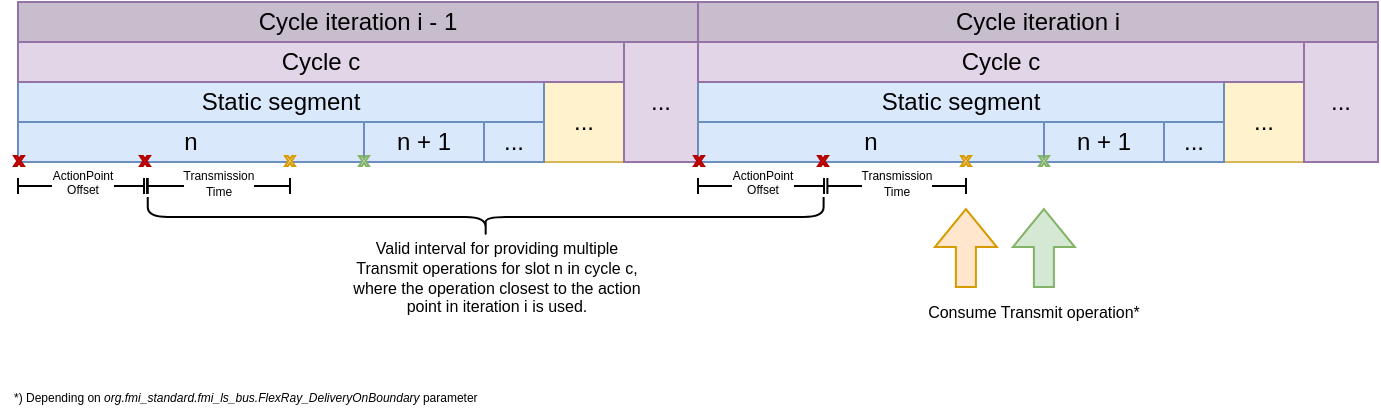
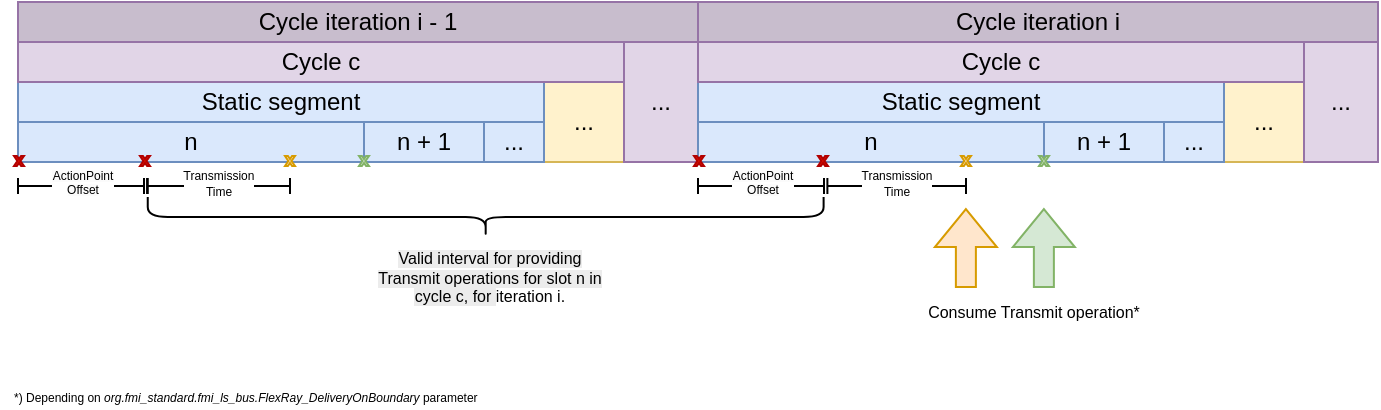
<mxfile host="65bd71144e">
    <diagram name="Page-1" id="FQamRQtbCovPPlWkLl-8">
-         <mxGraphModel dx="1175" dy="371" grid="1" gridSize="10" guides="1" tooltips="1" connect="1" arrows="1" fold="1" page="1" pageScale="1" pageWidth="850" pageHeight="1100" math="0" shadow="0">
+         <mxGraphModel dx="1412" dy="537" grid="1" gridSize="10" guides="1" tooltips="1" connect="1" arrows="1" fold="1" page="1" pageScale="1" pageWidth="850" pageHeight="1100" math="0" shadow="0">
            <root>
                <mxCell id="0"/>
                <mxCell id="1" parent="0"/>
                <mxCell id="39" value="&#xa;&lt;span style=&quot;color: rgb(0, 0, 0); font-family: Helvetica; font-size: 6px; font-style: normal; font-variant-ligatures: normal; font-variant-caps: normal; font-weight: 400; letter-spacing: normal; orphans: 2; text-align: center; text-indent: 0px; text-transform: none; widows: 2; word-spacing: 0px; -webkit-text-stroke-width: 0px; white-space: normal; background-color: rgb(251, 251, 251); text-decoration-thickness: initial; text-decoration-style: initial; text-decoration-color: initial; float: none; display: inline !important;&quot;&gt;ActionPoint Offset&lt;/span&gt;&#xa;&#xa;" style="endArrow=baseDash;startArrow=baseDash;html=1;rounded=0;fontSize=6;spacingTop=4;startFill=0;endFill=0;" parent="1" edge="1">
                    <mxGeometry width="50" height="50" relative="1" as="geometry">
                        <mxPoint x="-426" y="712" as="sourcePoint"/>
                        <mxPoint x="-363" y="712" as="targetPoint"/>
                    </mxGeometry>
                </mxCell>
                <mxCell id="40" value="1" style="rounded=0;whiteSpace=wrap;html=1;fillColor=#dae8fc;strokeColor=#6c8ebf;" parent="1" vertex="1">
                    <mxGeometry x="-336.83" y="680" width="80" height="20" as="geometry"/>
                </mxCell>
                <mxCell id="41" value="n" style="rounded=0;whiteSpace=wrap;html=1;fillColor=#dae8fc;strokeColor=#6c8ebf;" parent="1" vertex="1">
                    <mxGeometry x="-426" y="680" width="173" height="20" as="geometry"/>
                </mxCell>
                <mxCell id="42" value="n + 1" style="rounded=0;whiteSpace=wrap;html=1;fillColor=#dae8fc;strokeColor=#6c8ebf;" parent="1" vertex="1">
                    <mxGeometry x="-253" y="680" width="60" height="20" as="geometry"/>
                </mxCell>
                <mxCell id="43" value="" style="edgeStyle=orthogonalEdgeStyle;rounded=0;orthogonalLoop=1;jettySize=auto;html=1;" parent="1" source="44" edge="1">
                    <mxGeometry relative="1" as="geometry">
                        <mxPoint x="-256" y="640" as="targetPoint"/>
                    </mxGeometry>
                </mxCell>
                <mxCell id="44" value="..." style="rounded=0;whiteSpace=wrap;html=1;fillColor=#fff2cc;strokeColor=#d6b656;spacingLeft=0;" parent="1" vertex="1">
                    <mxGeometry x="-163" y="660" width="40" height="40" as="geometry"/>
                </mxCell>
                <mxCell id="45" value="Transmission&lt;br&gt;Time" style="endArrow=baseDash;startArrow=baseDash;html=1;rounded=0;fontSize=6;spacingTop=-2;startFill=0;endFill=0;exitX=0.5;exitY=1;exitDx=0;exitDy=0;" parent="1" edge="1">
                    <mxGeometry width="50" height="50" relative="1" as="geometry">
                        <mxPoint x="-361.30500000000006" y="712" as="sourcePoint"/>
                        <mxPoint x="-290" y="712" as="targetPoint"/>
                    </mxGeometry>
                </mxCell>
                <mxCell id="46" value="" style="verticalLabelPosition=bottom;verticalAlign=top;html=1;shape=mxgraph.basic.x;fillColor=#ffe6cc;strokeColor=#d79b00;" parent="1" vertex="1">
                    <mxGeometry x="-292.5" y="697" width="5" height="5" as="geometry"/>
                </mxCell>
                <mxCell id="47" value="" style="verticalLabelPosition=bottom;verticalAlign=top;html=1;shape=mxgraph.basic.x;fillColor=#e51400;fontColor=#ffffff;strokeColor=#B20000;" parent="1" vertex="1">
                    <mxGeometry x="-365" y="697" width="5" height="5" as="geometry"/>
                </mxCell>
                <mxCell id="48" value="" style="verticalLabelPosition=bottom;verticalAlign=top;html=1;shape=mxgraph.basic.x;fillColor=#e51400;fontColor=#ffffff;strokeColor=#B20000;" parent="1" vertex="1">
                    <mxGeometry x="-428" y="697" width="5" height="5" as="geometry"/>
                </mxCell>
                <mxCell id="49" value="" style="verticalLabelPosition=bottom;verticalAlign=top;html=1;shape=mxgraph.basic.x;fillColor=#d5e8d4;strokeColor=#82b366;" parent="1" vertex="1">
                    <mxGeometry x="-255.5" y="697" width="5" height="5" as="geometry"/>
                </mxCell>
                <mxCell id="50" value="..." style="rounded=0;whiteSpace=wrap;html=1;fillColor=#e1d5e7;strokeColor=#9673a6;spacingLeft=0;" parent="1" vertex="1">
                    <mxGeometry x="-123" y="640" width="37" height="60" as="geometry"/>
                </mxCell>
                <mxCell id="51" value="..." style="rounded=0;whiteSpace=wrap;html=1;fillColor=#dae8fc;strokeColor=#6c8ebf;" parent="1" vertex="1">
                    <mxGeometry x="-193" y="680" width="30" height="20" as="geometry"/>
                </mxCell>
                <mxCell id="52" value="Static segment" style="rounded=0;whiteSpace=wrap;html=1;fillColor=#dae8fc;strokeColor=#6c8ebf;" parent="1" vertex="1">
                    <mxGeometry x="-426" y="660" width="263" height="20" as="geometry"/>
                </mxCell>
                <mxCell id="53" value="Cycle c" style="rounded=0;whiteSpace=wrap;html=1;fillColor=#e1d5e7;strokeColor=#9673a6;" parent="1" vertex="1">
                    <mxGeometry x="-426" y="640" width="303" height="20" as="geometry"/>
                </mxCell>
                <mxCell id="54" value="&#xa;&lt;span style=&quot;color: rgb(0, 0, 0); font-family: Helvetica; font-size: 6px; font-style: normal; font-variant-ligatures: normal; font-variant-caps: normal; font-weight: 400; letter-spacing: normal; orphans: 2; text-align: center; text-indent: 0px; text-transform: none; widows: 2; word-spacing: 0px; -webkit-text-stroke-width: 0px; white-space: normal; background-color: rgb(251, 251, 251); text-decoration-thickness: initial; text-decoration-style: initial; text-decoration-color: initial; float: none; display: inline !important;&quot;&gt;ActionPoint Offset&lt;/span&gt;&#xa;&#xa;" style="endArrow=baseDash;startArrow=baseDash;html=1;rounded=0;fontSize=6;spacingTop=4;startFill=0;endFill=0;" parent="1" edge="1">
                    <mxGeometry width="50" height="50" relative="1" as="geometry">
                        <mxPoint x="-86" y="712" as="sourcePoint"/>
                        <mxPoint x="-23" y="712" as="targetPoint"/>
                    </mxGeometry>
                </mxCell>
                <mxCell id="55" value="1" style="rounded=0;whiteSpace=wrap;html=1;fillColor=#dae8fc;strokeColor=#6c8ebf;" parent="1" vertex="1">
                    <mxGeometry x="3.170000000000016" y="680" width="80" height="20" as="geometry"/>
                </mxCell>
                <mxCell id="56" value="n" style="rounded=0;whiteSpace=wrap;html=1;fillColor=#dae8fc;strokeColor=#6c8ebf;" parent="1" vertex="1">
                    <mxGeometry x="-86" y="680" width="173" height="20" as="geometry"/>
                </mxCell>
                <mxCell id="57" value="n + 1" style="rounded=0;whiteSpace=wrap;html=1;fillColor=#dae8fc;strokeColor=#6c8ebf;" parent="1" vertex="1">
                    <mxGeometry x="87" y="680" width="60" height="20" as="geometry"/>
                </mxCell>
                <mxCell id="58" value="" style="shape=flexArrow;endArrow=classic;html=1;rounded=0;fillColor=#ffe6cc;strokeColor=#d79b00;" parent="1" edge="1">
                    <mxGeometry width="50" height="50" relative="1" as="geometry">
                        <mxPoint x="47.940000000000055" y="763" as="sourcePoint"/>
                        <mxPoint x="47.940000000000055" y="723" as="targetPoint"/>
                    </mxGeometry>
                </mxCell>
                <mxCell id="59" value="Consume Transmit operation*" style="text;html=1;strokeColor=none;fillColor=none;align=center;verticalAlign=middle;whiteSpace=wrap;rounded=0;fontSize=8;" parent="1" vertex="1">
                    <mxGeometry x="18.870000000000005" y="760" width="126.13" height="30" as="geometry"/>
                </mxCell>
                <mxCell id="60" value="" style="edgeStyle=orthogonalEdgeStyle;rounded=0;orthogonalLoop=1;jettySize=auto;html=1;" parent="1" source="61" edge="1">
                    <mxGeometry relative="1" as="geometry">
                        <mxPoint x="84" y="640" as="targetPoint"/>
                    </mxGeometry>
                </mxCell>
                <mxCell id="61" value="..." style="rounded=0;whiteSpace=wrap;html=1;fillColor=#fff2cc;strokeColor=#d6b656;spacingLeft=0;" parent="1" vertex="1">
                    <mxGeometry x="177" y="660" width="40" height="40" as="geometry"/>
                </mxCell>
                <mxCell id="62" value="Transmission&lt;br&gt;Time" style="endArrow=baseDash;startArrow=baseDash;html=1;rounded=0;fontSize=6;spacingTop=-2;startFill=0;endFill=0;exitX=0.5;exitY=1;exitDx=0;exitDy=0;" parent="1" edge="1">
                    <mxGeometry width="50" height="50" relative="1" as="geometry">
                        <mxPoint x="-21.305000000000064" y="712" as="sourcePoint"/>
                        <mxPoint x="48" y="712" as="targetPoint"/>
                    </mxGeometry>
                </mxCell>
                <mxCell id="63" value="" style="verticalLabelPosition=bottom;verticalAlign=top;html=1;shape=mxgraph.basic.x;fillColor=#ffe6cc;strokeColor=#d79b00;" parent="1" vertex="1">
                    <mxGeometry x="45.5" y="697" width="5" height="5" as="geometry"/>
                </mxCell>
                <mxCell id="64" value="" style="verticalLabelPosition=bottom;verticalAlign=top;html=1;shape=mxgraph.basic.x;fillColor=#e51400;fontColor=#ffffff;strokeColor=#B20000;" parent="1" vertex="1">
                    <mxGeometry x="-26" y="697" width="5" height="5" as="geometry"/>
                </mxCell>
                <mxCell id="65" value="" style="verticalLabelPosition=bottom;verticalAlign=top;html=1;shape=mxgraph.basic.x;fillColor=#e51400;fontColor=#ffffff;strokeColor=#B20000;" parent="1" vertex="1">
                    <mxGeometry x="-88" y="697" width="5" height="5" as="geometry"/>
                </mxCell>
                <mxCell id="66" value="" style="verticalLabelPosition=bottom;verticalAlign=top;html=1;shape=mxgraph.basic.x;fillColor=#d5e8d4;strokeColor=#82b366;" parent="1" vertex="1">
                    <mxGeometry x="84.5" y="697" width="5" height="5" as="geometry"/>
                </mxCell>
                <mxCell id="67" value="" style="shape=flexArrow;endArrow=classic;html=1;rounded=0;fillColor=#d5e8d4;strokeColor=#82b366;" parent="1" edge="1">
                    <mxGeometry width="50" height="50" relative="1" as="geometry">
                        <mxPoint x="86.94000000000005" y="763" as="sourcePoint"/>
                        <mxPoint x="86.94000000000005" y="723" as="targetPoint"/>
                    </mxGeometry>
                </mxCell>
                <mxCell id="68" value="..." style="rounded=0;whiteSpace=wrap;html=1;fillColor=#e1d5e7;strokeColor=#9673a6;spacingLeft=0;" parent="1" vertex="1">
                    <mxGeometry x="217" y="640" width="37" height="60" as="geometry"/>
                </mxCell>
                <mxCell id="69" value="..." style="rounded=0;whiteSpace=wrap;html=1;fillColor=#dae8fc;strokeColor=#6c8ebf;" parent="1" vertex="1">
                    <mxGeometry x="147" y="680" width="30" height="20" as="geometry"/>
                </mxCell>
                <mxCell id="70" value="Static segment" style="rounded=0;whiteSpace=wrap;html=1;fillColor=#dae8fc;strokeColor=#6c8ebf;" parent="1" vertex="1">
                    <mxGeometry x="-86" y="660" width="263" height="20" as="geometry"/>
                </mxCell>
                <mxCell id="71" value="Cycle c" style="rounded=0;whiteSpace=wrap;html=1;fillColor=#e1d5e7;strokeColor=#9673a6;" parent="1" vertex="1">
                    <mxGeometry x="-86" y="640" width="303" height="20" as="geometry"/>
                </mxCell>
                <mxCell id="72" value="*) Depending on&amp;nbsp;&lt;i style=&quot;font-size: 6px;&quot;&gt;org.fmi_standard.fmi_ls_bus.FlexRay_DeliveryOnBoundary&lt;/i&gt; parameter" style="text;html=1;align=left;verticalAlign=middle;whiteSpace=wrap;rounded=0;fontSize=6;" parent="1" vertex="1">
                    <mxGeometry x="-430" y="813" width="321" height="10" as="geometry"/>
                </mxCell>
-                 <mxCell id="73" value="&lt;span&gt;Valid interval for providing multiple Transmit operations for slot n in cycle c,&lt;/span&gt;&lt;div class=&quot;scriptor-paragraph&quot;&gt;&lt;span&gt;&lt;/span&gt;&lt;/div&gt;&lt;div class=&quot;scriptor-paragraph&quot;&gt;&lt;span&gt;where the operation closest to the action point&amp;nbsp;&lt;/span&gt;&lt;span style=&quot;background-color: transparent; color: light-dark(rgb(0, 0, 0), rgb(255, 255, 255));&quot;&gt;in iteration i&lt;/span&gt;&lt;span style=&quot;background-color: transparent; color: light-dark(rgb(0, 0, 0), rgb(255, 255, 255));&quot;&gt;&amp;nbsp;is used.&lt;/span&gt;&lt;/div&gt;" style="text;html=1;strokeColor=none;fillColor=none;align=center;verticalAlign=middle;whiteSpace=wrap;rounded=0;fontSize=8;" parent="1" vertex="1">
-                     <mxGeometry x="-263" y="719.75" width="153" height="76.5" as="geometry"/>
+                 <mxCell id="73" value="&lt;span style=&quot;color: rgb(0, 0, 0); background-color: rgb(236, 236, 236);&quot;&gt;Valid interval for providing Transmit operations for slot n in cycle c, for&amp;nbsp;&lt;/span&gt;&lt;span style=&quot;background-color: transparent;&quot;&gt;iteration i.&lt;/span&gt;" style="text;html=1;strokeColor=none;fillColor=none;align=center;verticalAlign=middle;whiteSpace=wrap;rounded=0;fontSize=8;" parent="1" vertex="1">
+                     <mxGeometry x="-250" y="719.75" width="120" height="76.5" as="geometry"/>
                </mxCell>
                <mxCell id="74" value="Cycle iteration i - 1" style="rounded=0;whiteSpace=wrap;html=1;fillColor=#C8BDCD;strokeColor=#9673a6;" parent="1" vertex="1">
                    <mxGeometry x="-426" y="620" width="340" height="20" as="geometry"/>
                </mxCell>
                <mxCell id="75" value="Cycle iteration i" style="rounded=0;whiteSpace=wrap;html=1;fillColor=#C8BDCD;strokeColor=#9673a6;" parent="1" vertex="1">
                    <mxGeometry x="-86" y="620" width="340" height="20" as="geometry"/>
                </mxCell>
                <mxCell id="76" value="" style="shape=curlyBracket;whiteSpace=wrap;html=1;rounded=1;labelPosition=left;verticalLabelPosition=middle;align=right;verticalAlign=middle;rotation=-90;" parent="1" vertex="1">
                    <mxGeometry x="-202.16" y="558.55" width="20" height="337.93" as="geometry"/>
                </mxCell>
                <mxCell id="77" value="Transmission&lt;br&gt;Time" style="endArrow=baseDash;startArrow=baseDash;html=1;rounded=0;fontSize=6;spacingTop=-2;startFill=0;endFill=0;exitX=0.5;exitY=1;exitDx=0;exitDy=0;endSize=6;" parent="1" edge="1">
                    <mxGeometry width="50" height="50" relative="1" as="geometry">
                        <mxPoint x="-361.30500000000006" y="712" as="sourcePoint"/>
                        <mxPoint x="-290" y="712" as="targetPoint"/>
                    </mxGeometry>
                </mxCell>
                <mxCell id="78" value="Transmission&lt;br&gt;Time" style="endArrow=baseDash;startArrow=baseDash;html=1;rounded=0;fontSize=6;spacingTop=-2;startFill=0;endFill=0;exitX=0.5;exitY=1;exitDx=0;exitDy=0;endSize=6;" parent="1" edge="1">
                    <mxGeometry width="50" height="50" relative="1" as="geometry">
                        <mxPoint x="-361.30500000000006" y="712" as="sourcePoint"/>
                        <mxPoint x="-290" y="712" as="targetPoint"/>
                    </mxGeometry>
                </mxCell>
            </root>
        </mxGraphModel>
    </diagram>
</mxfile>